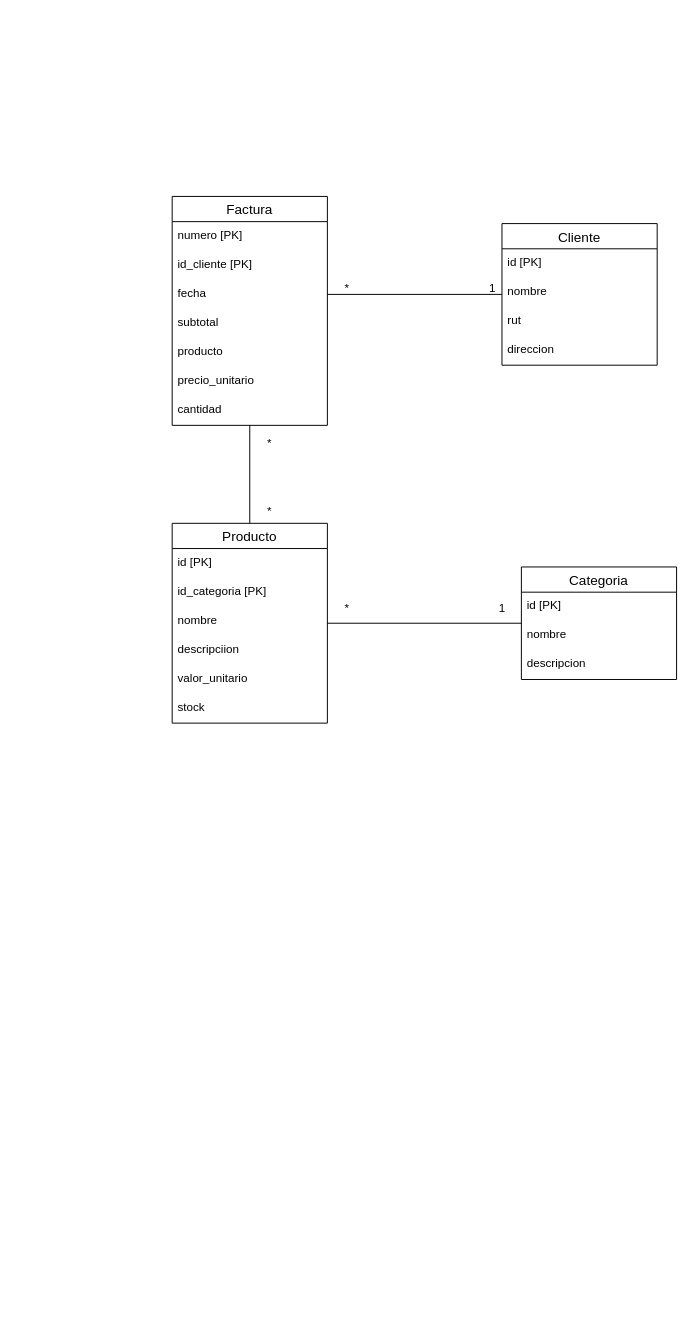
The draw.io diagram modelo_logico.drawio in German-G-M/tienda_electronica, before the edit. Source tidied: cells renumbered, new cells numbered last; positions are measured from the earlier drawing's top-left corner, leaving out a move shared by most shapes. Both pictures are drawn from the tidied source at 97%, with x=0, y=0 at pixel (172, 196).
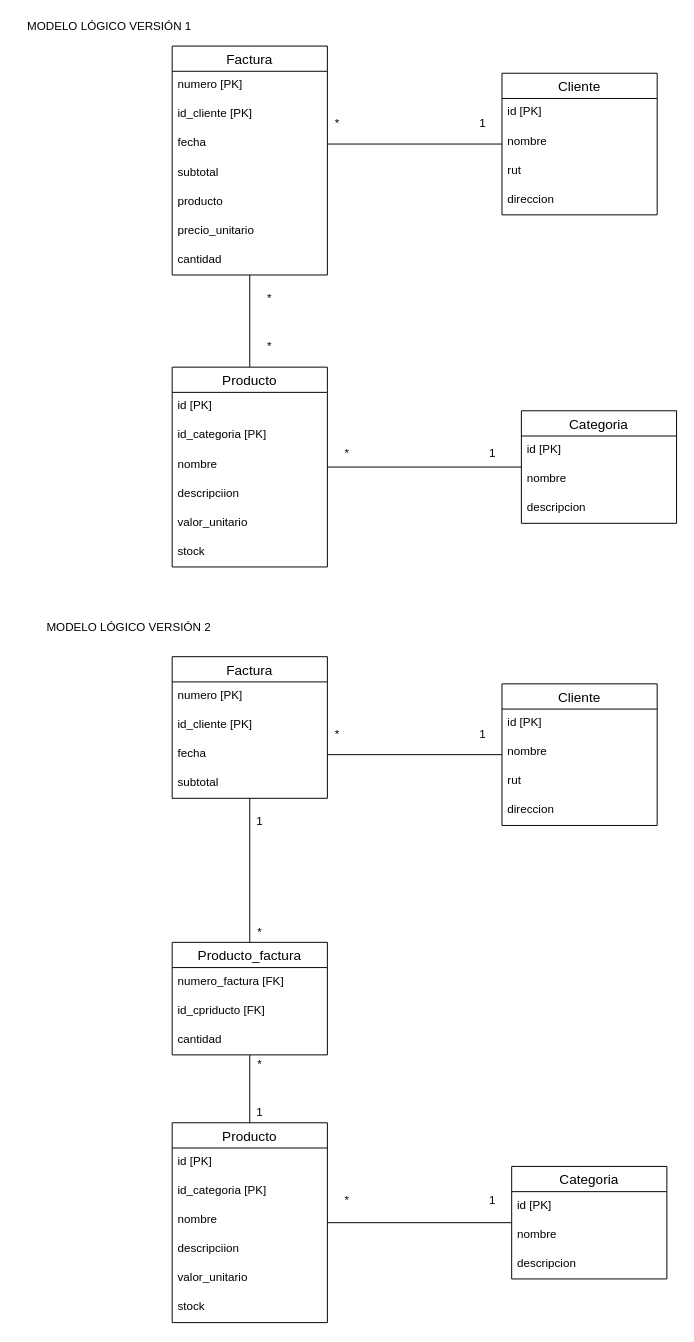
The same page after the edit.

What changed in the source:
```diff
@@
     <mxCell id="2" value="Factura" style="swimlane;fontStyle=0;horizontal=1;startSize=26;align=center;fontSize=14;" parent="1" vertex="1">
-      <mxGeometry width="160" height="236" as="geometry" />
+      <mxGeometry y="-155" width="160" height="236" as="geometry" />
     </mxCell>
@@
     <mxCell id="10" value="Cliente" style="swimlane;fontStyle=0;horizontal=1;startSize=26;align=center;fontSize=14;" parent="1" vertex="1">
-      <mxGeometry x="340" y="28" width="160" height="146" as="geometry" />
+      <mxGeometry x="340" y="-127" width="160" height="146" as="geometry" />
     </mxCell>
@@
     <mxCell id="16" value="Producto" style="swimlane;fontStyle=0;horizontal=1;startSize=26;align=center;fontSize=14;" parent="1" vertex="1">
-      <mxGeometry y="337" width="160" height="206" as="geometry" />
+      <mxGeometry y="176" width="160" height="206" as="geometry" />
     </mxCell>
@@
     <mxCell id="23" value="Categoria" style="swimlane;fontStyle=0;horizontal=1;startSize=26;align=center;fontSize=14;" parent="1" vertex="1">
-      <mxGeometry x="360" y="382" width="160" height="116" as="geometry" />
+      <mxGeometry x="360" y="221" width="160" height="116" as="geometry" />
     </mxCell>
@@
     <mxCell id="29" value="*" style="text;html=1;align=center;verticalAlign=middle;strokeColor=none;fillColor=none;" parent="1" vertex="1">
-      <mxGeometry x="170" y="85" width="20" height="20" as="geometry" />
+      <mxGeometry x="160" y="-85" width="20" height="20" as="geometry" />
     </mxCell>
     <mxCell id="30" value="1" style="text;html=1;align=center;verticalAlign=middle;strokeColor=none;fillColor=none;" parent="1" vertex="1">
-      <mxGeometry x="320" y="85" width="20" height="20" as="geometry" />
+      <mxGeometry x="310" y="-85" width="20" height="20" as="geometry" />
     </mxCell>
     <mxCell id="31" value="*" style="text;html=1;align=center;verticalAlign=middle;strokeColor=none;fillColor=none;" parent="1" vertex="1">
-      <mxGeometry x="90" y="245" width="20" height="20" as="geometry" />
+      <mxGeometry x="90" y="95" width="20" height="20" as="geometry" />
     </mxCell>
     <mxCell id="32" value="*" style="text;html=1;align=center;verticalAlign=middle;strokeColor=none;fillColor=none;" parent="1" vertex="1">
-      <mxGeometry x="90" y="315" width="20" height="20" as="geometry" />
+      <mxGeometry x="90" y="145" width="20" height="20" as="geometry" />
     </mxCell>
     <mxCell id="33" value="1" style="text;html=1;align=center;verticalAlign=middle;strokeColor=none;fillColor=none;" parent="1" vertex="1">
-      <mxGeometry x="330" y="415" width="20" height="20" as="geometry" />
+      <mxGeometry x="320" y="255" width="20" height="20" as="geometry" />
     </mxCell>
     <mxCell id="34" value="*" style="text;html=1;align=center;verticalAlign=middle;strokeColor=none;fillColor=none;" parent="1" vertex="1">
-      <mxGeometry x="170" y="415" width="20" height="20" as="geometry" />
+      <mxGeometry x="170" y="255" width="20" height="20" as="geometry" />
     </mxCell>
+    <mxCell id="35" style="edgeStyle=none;rounded=0;jettySize=auto;html=1;exitX=0.5;exitY=0;exitDx=0;exitDy=0;endArrow=none;endFill=0;" parent="1" edge="1" source="36" target="41">
+      <mxGeometry relative="1" as="geometry" />
+    </mxCell>
+    <mxCell id="36" value="Producto_factura" style="swimlane;fontStyle=0;horizontal=1;startSize=26;align=center;fontSize=14;" parent="1" vertex="1">
+      <mxGeometry y="769" width="160" height="116" as="geometry" />
+    </mxCell>
+    <mxCell id="37" value="numero_factura [FK]" style="text;strokeColor=none;fillColor=none;spacingLeft=4;spacingRight=4;overflow=hidden;fontSize=12;" parent="36" vertex="1">
+      <mxGeometry y="26" width="160" height="30" as="geometry" />
+    </mxCell>
+    <mxCell id="38" value="id_cpriducto [FK]" style="text;strokeColor=none;fillColor=none;spacingLeft=4;spacingRight=4;overflow=hidden;fontSize=12;" parent="36" vertex="1">
+      <mxGeometry y="56" width="160" height="30" as="geometry" />
+    </mxCell>
+    <mxCell id="39" value="cantidad" style="text;strokeColor=none;fillColor=none;spacingLeft=4;spacingRight=4;overflow=hidden;fontSize=12;" parent="36" vertex="1">
+      <mxGeometry y="86" width="160" height="30" as="geometry" />
+    </mxCell>
+    <mxCell id="40" value="MODELO LÓGICO VERSIÓN 1" style="text;html=1;align=center;verticalAlign=middle;strokeColor=none;fillColor=none;" parent="1" vertex="1">
+      <mxGeometry x="-160" y="-185" width="190" height="20" as="geometry" />
+    </mxCell>
+    <mxCell id="41" value="Factura" style="swimlane;fontStyle=0;horizontal=1;startSize=26;align=center;fontSize=14;" parent="1" vertex="1">
+      <mxGeometry y="474.5" width="160" height="146" as="geometry" />
+    </mxCell>
+    <mxCell id="42" value="numero [PK]" style="text;strokeColor=none;fillColor=none;spacingLeft=4;spacingRight=4;overflow=hidden;fontSize=12;" parent="41" vertex="1">
+      <mxGeometry y="26" width="160" height="30" as="geometry" />
+    </mxCell>
+    <mxCell id="43" value="id_cliente [PK]" style="text;strokeColor=none;fillColor=none;spacingLeft=4;spacingRight=4;overflow=hidden;fontSize=12;" parent="41" vertex="1">
+      <mxGeometry y="56" width="160" height="30" as="geometry" />
+    </mxCell>
+    <mxCell id="44" value="fecha" style="text;strokeColor=none;fillColor=none;spacingLeft=4;spacingRight=4;overflow=hidden;points=[[0,0.5],[1,0.5]];portConstraint=eastwest;fontSize=12;" parent="41" vertex="1">
+      <mxGeometry y="86" width="160" height="30" as="geometry" />
+    </mxCell>
+    <mxCell id="45" value="subtotal" style="text;strokeColor=none;fillColor=none;spacingLeft=4;spacingRight=4;overflow=hidden;fontSize=12;" parent="41" vertex="1">
+      <mxGeometry y="116" width="160" height="30" as="geometry" />
+    </mxCell>
+    <mxCell id="46" value="Cliente" style="swimlane;fontStyle=0;horizontal=1;startSize=26;align=center;fontSize=14;" parent="1" vertex="1">
+      <mxGeometry x="340" y="502.5" width="160" height="146" as="geometry" />
+    </mxCell>
+    <mxCell id="47" value="id [PK]" style="text;strokeColor=none;fillColor=none;spacingLeft=4;spacingRight=4;overflow=hidden;fontSize=12;" parent="46" vertex="1">
+      <mxGeometry y="26" width="160" height="30" as="geometry" />
+    </mxCell>
+    <mxCell id="48" value="nombre" style="text;strokeColor=none;fillColor=none;spacingLeft=4;spacingRight=4;overflow=hidden;fontSize=12;" parent="46" vertex="1">
+      <mxGeometry y="56" width="160" height="30" as="geometry" />
+    </mxCell>
+    <mxCell id="49" value="rut" style="text;strokeColor=none;fillColor=none;spacingLeft=4;spacingRight=4;overflow=hidden;fontSize=12;" parent="46" vertex="1">
+      <mxGeometry y="86" width="160" height="30" as="geometry" />
+    </mxCell>
+    <mxCell id="50" value="direccion" style="text;strokeColor=none;fillColor=none;spacingLeft=4;spacingRight=4;overflow=hidden;fontSize=12;" parent="46" vertex="1">
+      <mxGeometry y="116" width="160" height="30" as="geometry" />
+    </mxCell>
+    <mxCell id="51" style="edgeStyle=none;rounded=0;jettySize=auto;html=1;exitX=0.5;exitY=0;exitDx=0;exitDy=0;endArrow=none;endFill=0;" parent="1" edge="1" source="52" target="36">
+      <mxGeometry relative="1" as="geometry" />
+    </mxCell>
+    <mxCell id="52" value="Producto" style="swimlane;fontStyle=0;horizontal=1;startSize=26;align=center;fontSize=14;" parent="1" vertex="1">
+      <mxGeometry y="955" width="160" height="206" as="geometry" />
+    </mxCell>
+    <mxCell id="53" value="id [PK]" style="text;strokeColor=none;fillColor=none;spacingLeft=4;spacingRight=4;overflow=hidden;fontSize=12;" parent="52" vertex="1">
+      <mxGeometry y="26" width="160" height="30" as="geometry" />
+    </mxCell>
+    <mxCell id="54" value="id_categoria [PK]" style="text;strokeColor=none;fillColor=none;spacingLeft=4;spacingRight=4;overflow=hidden;fontSize=12;" parent="52" vertex="1">
+      <mxGeometry y="56" width="160" height="30" as="geometry" />
+    </mxCell>
+    <mxCell id="55" value="nombre" style="text;strokeColor=none;fillColor=none;spacingLeft=4;spacingRight=4;overflow=hidden;fontSize=12;" parent="52" vertex="1">
+      <mxGeometry y="86" width="160" height="30" as="geometry" />
+    </mxCell>
+    <mxCell id="56" value="descripciion" style="text;strokeColor=none;fillColor=none;spacingLeft=4;spacingRight=4;overflow=hidden;fontSize=12;" parent="52" vertex="1">
+      <mxGeometry y="116" width="160" height="30" as="geometry" />
+    </mxCell>
+    <mxCell id="57" value="valor_unitario" style="text;strokeColor=none;fillColor=none;spacingLeft=4;spacingRight=4;overflow=hidden;fontSize=12;" parent="52" vertex="1">
+      <mxGeometry y="146" width="160" height="30" as="geometry" />
+    </mxCell>
+    <mxCell id="58" value="stock" style="text;strokeColor=none;fillColor=none;spacingLeft=4;spacingRight=4;overflow=hidden;fontSize=12;" parent="52" vertex="1">
+      <mxGeometry y="176" width="160" height="30" as="geometry" />
+    </mxCell>
+    <mxCell id="59" value="Categoria" style="swimlane;fontStyle=0;horizontal=1;startSize=26;align=center;fontSize=14;" parent="1" vertex="1">
+      <mxGeometry x="350" y="1000" width="160" height="116" as="geometry" />
+    </mxCell>
+    <mxCell id="60" value="id [PK]" style="text;strokeColor=none;fillColor=none;spacingLeft=4;spacingRight=4;overflow=hidden;fontSize=12;" parent="59" vertex="1">
+      <mxGeometry y="26" width="160" height="30" as="geometry" />
+    </mxCell>
+    <mxCell id="61" value="nombre" style="text;strokeColor=none;fillColor=none;spacingLeft=4;spacingRight=4;overflow=hidden;fontSize=12;" parent="59" vertex="1">
+      <mxGeometry y="56" width="160" height="30" as="geometry" />
+    </mxCell>
+    <mxCell id="62" value="descripcion" style="text;strokeColor=none;fillColor=none;spacingLeft=4;spacingRight=4;overflow=hidden;fontSize=12;" parent="59" vertex="1">
+      <mxGeometry y="86" width="160" height="30" as="geometry" />
+    </mxCell>
+    <mxCell id="63" style="edgeStyle=none;rounded=0;jettySize=auto;html=1;exitX=1;exitY=0.5;exitDx=0;exitDy=0;endArrow=none;endFill=0;" parent="1" edge="1" source="44" target="46">
+      <mxGeometry relative="1" as="geometry" />
+    </mxCell>
+    <mxCell id="64" style="edgeStyle=none;rounded=0;jettySize=auto;html=1;endArrow=none;endFill=0;" parent="1" edge="1" source="52" target="59">
+      <mxGeometry relative="1" as="geometry" />
+    </mxCell>
+    <mxCell id="65" value="*" style="text;html=1;align=center;verticalAlign=middle;strokeColor=none;fillColor=none;" parent="1" vertex="1">
+      <mxGeometry x="160" y="544.5" width="20" height="20" as="geometry" />
+    </mxCell>
+    <mxCell id="66" value="1" style="text;html=1;align=center;verticalAlign=middle;strokeColor=none;fillColor=none;" parent="1" vertex="1">
+      <mxGeometry x="310" y="544.5" width="20" height="20" as="geometry" />
+    </mxCell>
+    <mxCell id="67" value="*" style="text;html=1;align=center;verticalAlign=middle;strokeColor=none;fillColor=none;" parent="1" vertex="1">
+      <mxGeometry x="80" y="749" width="20" height="20" as="geometry" />
+    </mxCell>
+    <mxCell id="68" value="*" style="text;html=1;align=center;verticalAlign=middle;strokeColor=none;fillColor=none;" parent="1" vertex="1">
+      <mxGeometry x="80" y="885" width="20" height="20" as="geometry" />
+    </mxCell>
+    <mxCell id="69" value="1" style="text;html=1;align=center;verticalAlign=middle;strokeColor=none;fillColor=none;" parent="1" vertex="1">
+      <mxGeometry x="320" y="1025" width="20" height="20" as="geometry" />
+    </mxCell>
+    <mxCell id="70" value="*" style="text;html=1;align=center;verticalAlign=middle;strokeColor=none;fillColor=none;" parent="1" vertex="1">
+      <mxGeometry x="170" y="1025" width="20" height="20" as="geometry" />
+    </mxCell>
+    <mxCell id="71" value="MODELO LÓGICO VERSIÓN 2" style="text;html=1;align=center;verticalAlign=middle;strokeColor=none;fillColor=none;" parent="1" vertex="1">
+      <mxGeometry x="-140" y="435" width="190" height="20" as="geometry" />
+    </mxCell>
+    <mxCell id="72" value="1" style="text;html=1;align=center;verticalAlign=middle;strokeColor=none;fillColor=none;" parent="1" vertex="1">
+      <mxGeometry x="80" y="635" width="20" height="20" as="geometry" />
+    </mxCell>
+    <mxCell id="73" value="1" style="text;html=1;align=center;verticalAlign=middle;strokeColor=none;fillColor=none;" parent="1" vertex="1">
+      <mxGeometry x="80" y="935" width="20" height="20" as="geometry" />
+    </mxCell>
```
